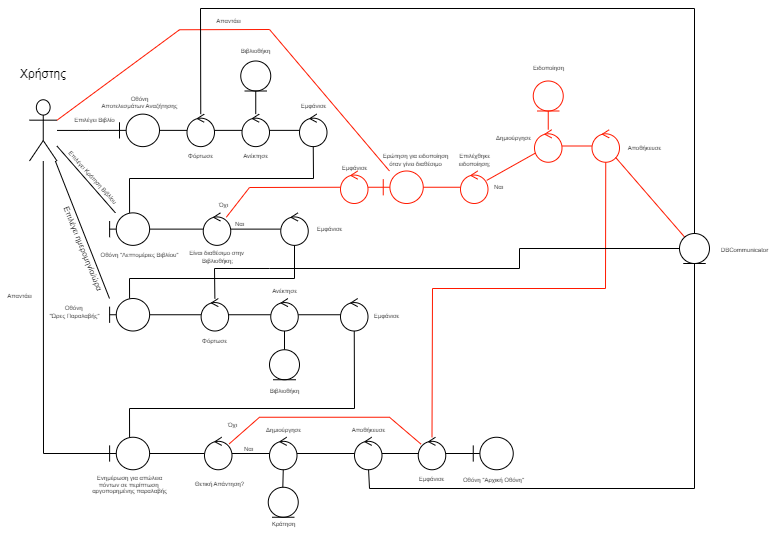
CallMeJasonYT/LibraVision keeps this draw.io diagram as 2nd Assignment/Robustness Diagrams/Robustness-Diagram-v0.1-Κράτηση Βιβλίου.png. Above is the earlier version. Source tidied: cells renumbered, new cells last; positions are measured from the earlier drawing's top-left corner, leaving out a move shared by most shapes.
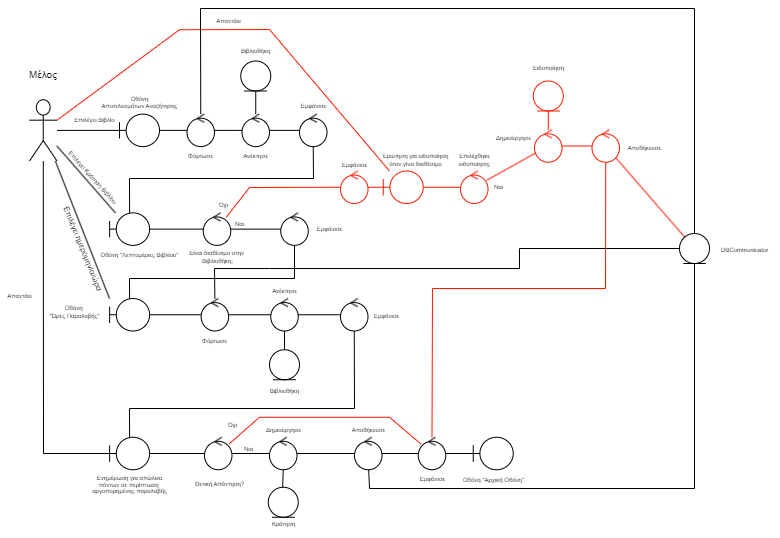
The same diagram one commit later.

Commit message:
Robustness-Diagram-v0.1-Κράτηση Βιβλίου

The edit, as a diff of the source:
```diff
@@ -202,7 +202,7 @@
       </mxGeometry>
     </mxCell>
     <mxCell id="57" value="&lt;font style=&quot;font-size: 6px;&quot;&gt;Εμφάνισε&lt;/font&gt;" style="text;html=1;align=center;verticalAlign=middle;strokeColor=none;fillColor=none;" parent="1" vertex="1">
-      <mxGeometry x="330" y="151.5" width="50" height="30" as="geometry" />
+      <mxGeometry x="330" y="149" width="50" height="30" as="geometry" />
     </mxCell>
     <mxCell id="58" value="&lt;span style=&quot;font-size: 6px;&quot;&gt;Ναι&lt;/span&gt;" style="text;html=1;align=center;verticalAlign=middle;strokeColor=none;fillColor=none;spacing=-2;spacingBottom=-3;" parent="1" vertex="1">
       <mxGeometry x="488.5" y="179" width="20" height="10" as="geometry" />
@@ -332,7 +332,7 @@
         </Array>
       </mxGeometry>
     </mxCell>
-    <mxCell id="94" value="Χρήστης" style="text;html=1;align=center;verticalAlign=middle;whiteSpace=wrap;rounded=0;" parent="1" vertex="1">
+    <mxCell id="94" value="&lt;span style=&quot;font-size: 10px; text-wrap: nowrap;&quot;&gt;Μέλος&lt;/span&gt;" style="text;html=1;align=center;verticalAlign=middle;whiteSpace=wrap;rounded=0;" parent="1" vertex="1">
       <mxGeometry x="13.8" y="60.2" width="60" height="30" as="geometry" />
     </mxCell>
     <mxCell id="95" style="ellipse;shape=umlControl;whiteSpace=wrap;html=1;" parent="1" vertex="1">
```
